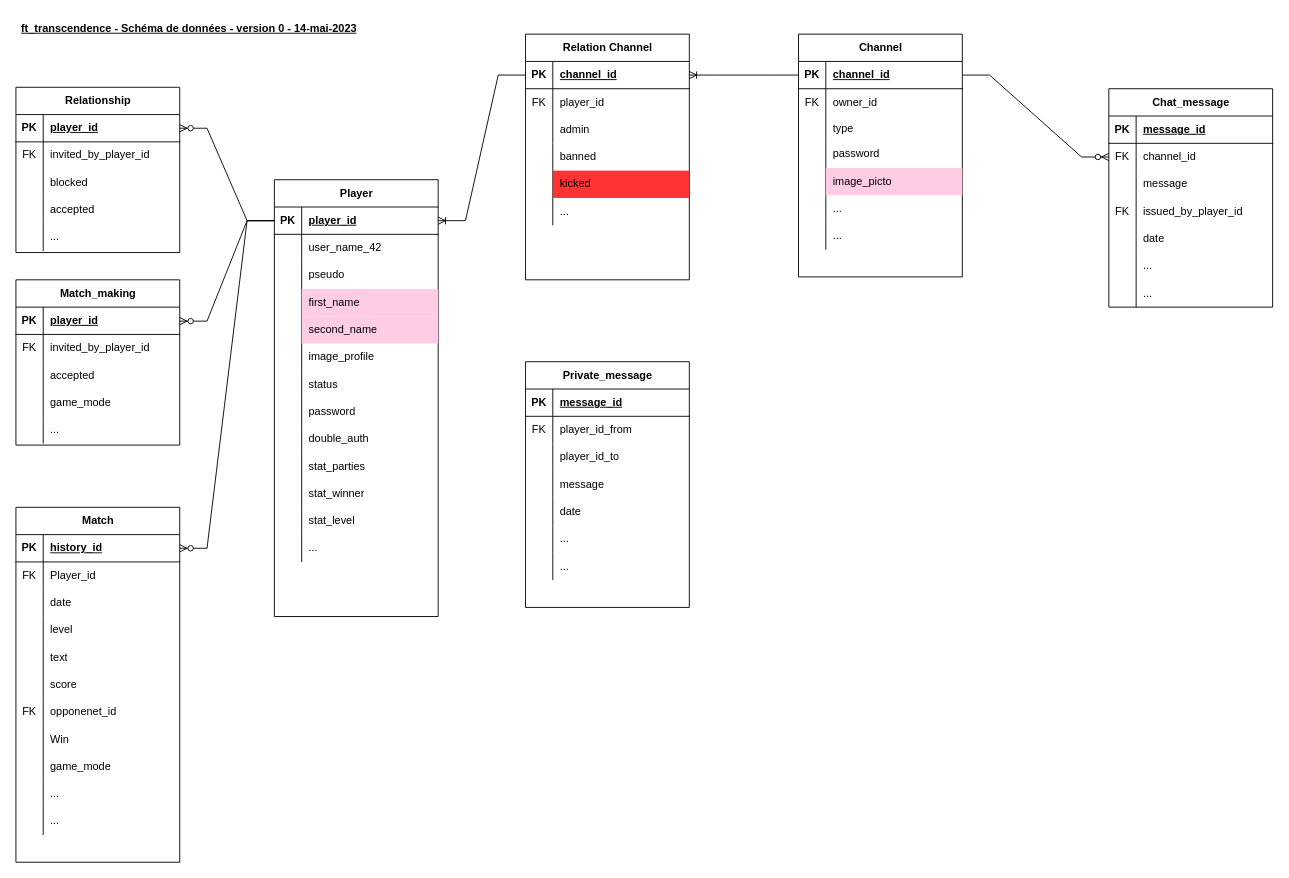
Earlier version of the draw.io diagram Diag_transcendence/database1_0.drawio (Exonsecfl/diagrammes). Source tidied: cells renumbered, new cells numbered last; positions are measured from the earlier drawing's top-left corner, leaving out a move shared by most shapes. Both pictures are drawn from the tidied source at 91%, with x=0, y=0 at pixel (15, 15).
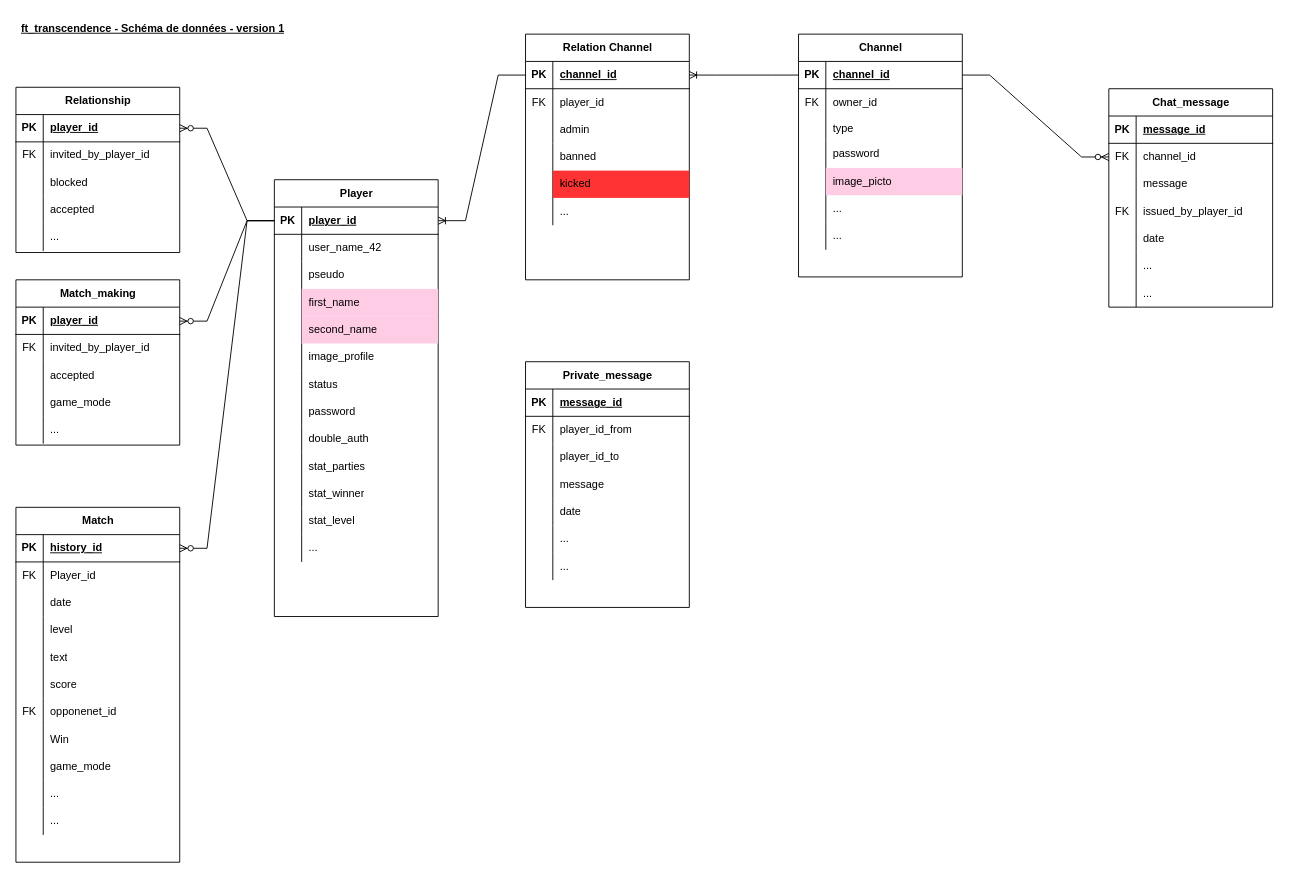
Above is the later version.

Change to the diagram source:
```diff
@@
-    <mxCell id="42" value="ft_transcendence - Schéma de données - version 0 - 14-mai-2023" style="text;strokeColor=none;fillColor=none;spacingLeft=4;spacingRight=4;overflow=hidden;fontSize=12;whiteSpace=wrap;html=1;fontStyle=5;" parent="1" vertex="1">
+    <mxCell id="42" value="ft_transcendence - Schéma de données - version 1" style="text;strokeColor=none;fillColor=none;spacingLeft=4;spacingRight=4;overflow=hidden;fontSize=12;whiteSpace=wrap;html=1;fontStyle=5;" parent="1" vertex="1">
       <mxGeometry width="760" height="30" as="geometry" />
     </mxCell>
```
